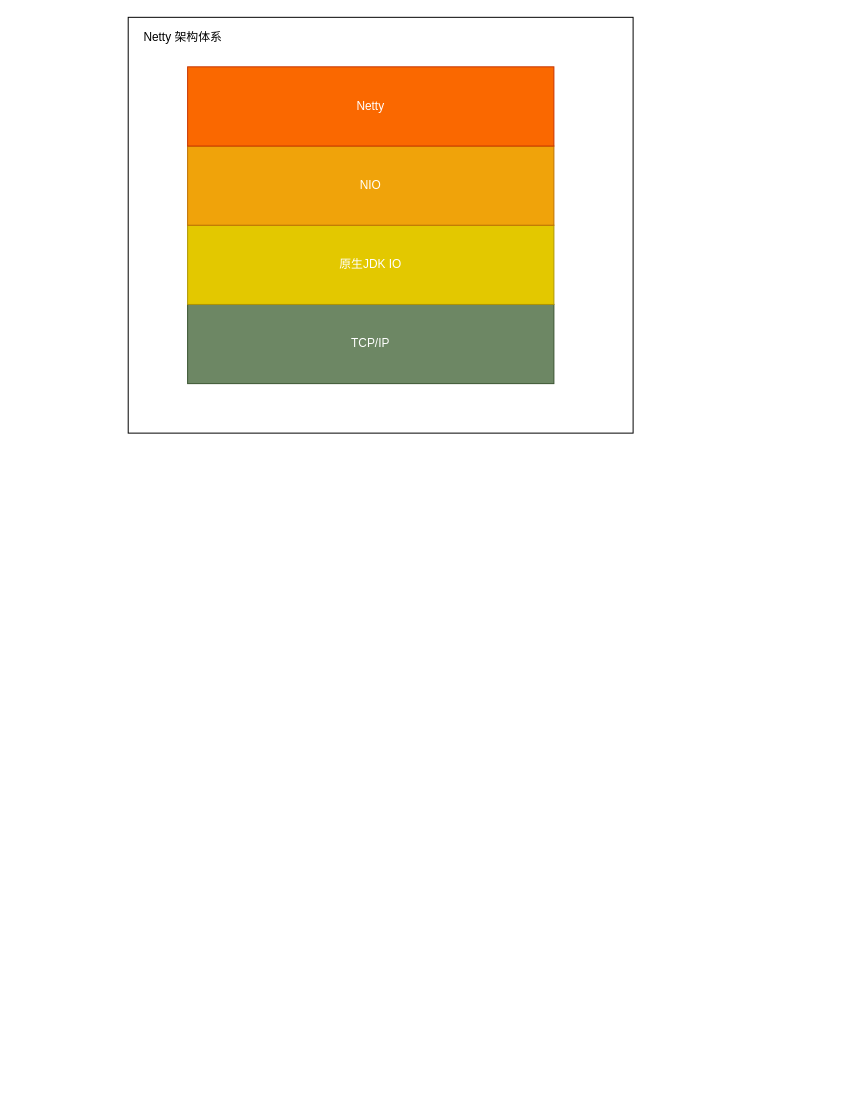
FifteenLab/test keeps this draw.io diagram as page "Netty" (3 of 4) of netty-stu.drawio. Above is the earlier version. Source tidied: cells renumbered, new cells numbered last; positions are measured from the earlier drawing's top-left corner, leaving out a move shared by most shapes. Both pictures are drawn from the tidied source at 99%, with x=0, y=0 at pixel (128, 17).
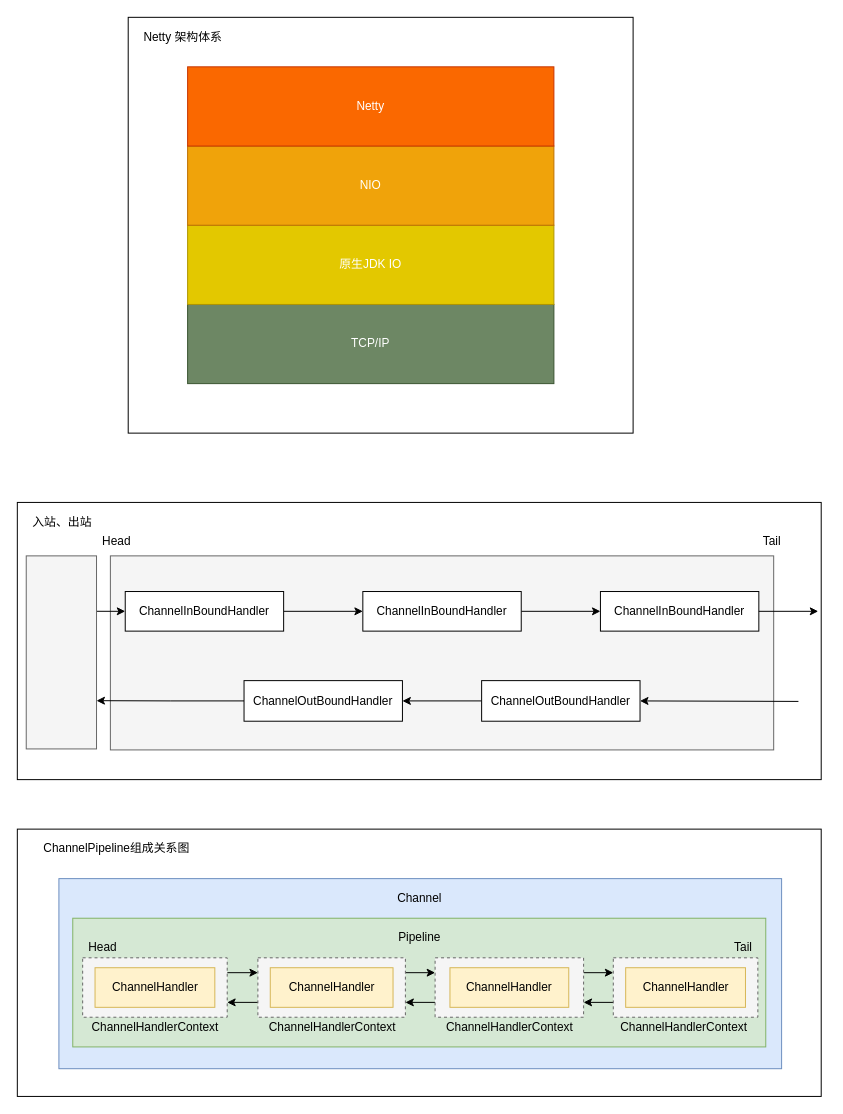
Above is the later version.

What changed in the source:
```diff
@@
+    <mxCell id="8" style="rounded=0;whiteSpace=wrap;html=1;" parent="1" vertex="1">
+      <mxGeometry x="-112" y="820" width="812" height="270" as="geometry" />
+    </mxCell>
+    <mxCell id="9" style="rounded=0;whiteSpace=wrap;html=1;fillColor=#dae8fc;strokeColor=#6c8ebf;" parent="1" vertex="1">
+      <mxGeometry x="-70" y="870" width="730" height="192" as="geometry" />
+    </mxCell>
+    <mxCell id="10" style="rounded=0;whiteSpace=wrap;html=1;" parent="1" vertex="1">
+      <mxGeometry x="-112" y="490" width="812" height="280" as="geometry" />
+    </mxCell>
+    <mxCell id="11" style="rounded=0;whiteSpace=wrap;html=1;fillColor=#f5f5f5;strokeColor=#666666;fontColor=#333333;" parent="1" vertex="1">
+      <mxGeometry x="-18" y="544" width="670" height="196" as="geometry" />
+    </mxCell>
@@
+    <mxCell id="12" style="edgeStyle=orthogonalEdgeStyle;rounded=0;jettySize=auto;html=1;" parent="1" edge="1" source="13" target="15">
+      <mxGeometry relative="1" as="geometry" />
+    </mxCell>
+    <mxCell id="13" value="ChannelInBoundHandler" style="rounded=0;whiteSpace=wrap;html=1;" parent="1" vertex="1">
+      <mxGeometry x="-3" y="580" width="160" height="40" as="geometry" />
+    </mxCell>
+    <mxCell id="14" style="edgeStyle=orthogonalEdgeStyle;rounded=0;jettySize=auto;html=1;" parent="1" edge="1" source="15" target="16">
+      <mxGeometry relative="1" as="geometry" />
+    </mxCell>
+    <mxCell id="15" value="ChannelInBoundHandler" style="rounded=0;whiteSpace=wrap;html=1;" parent="1" vertex="1">
+      <mxGeometry x="237" y="580" width="160" height="40" as="geometry" />
+    </mxCell>
+    <mxCell id="16" value="ChannelInBoundHandler" style="rounded=0;whiteSpace=wrap;html=1;" parent="1" vertex="1">
+      <mxGeometry x="477" y="580" width="160" height="40" as="geometry" />
+    </mxCell>
+    <mxCell id="17" style="edgeStyle=orthogonalEdgeStyle;rounded=0;jettySize=auto;html=1;" parent="1" edge="1" source="18" target="20">
+      <mxGeometry relative="1" as="geometry" />
+    </mxCell>
+    <mxCell id="18" value="ChannelOutBoundHandler" style="rounded=0;whiteSpace=wrap;html=1;" parent="1" vertex="1">
+      <mxGeometry x="357" y="670" width="160" height="41" as="geometry" />
+    </mxCell>
+    <mxCell id="19" style="edgeStyle=orthogonalEdgeStyle;rounded=0;jettySize=auto;html=1;entryX=1;entryY=0.75;entryDx=0;entryDy=0;exitX=0;exitY=0.5;exitDx=0;exitDy=0;" parent="1" edge="1" source="20" target="22">
+      <mxGeometry relative="1" as="geometry">
+        <Array as="points">
+          <mxPoint x="43" y="690" />
+          <mxPoint x="43" y="690" />
+        </Array>
+      </mxGeometry>
+    </mxCell>
+    <mxCell id="20" value="ChannelOutBoundHandler" style="rounded=0;whiteSpace=wrap;html=1;" parent="1" vertex="1">
+      <mxGeometry x="117" y="670" width="160" height="41" as="geometry" />
+    </mxCell>
+    <mxCell id="21" style="edgeStyle=orthogonalEdgeStyle;rounded=0;jettySize=auto;html=1;entryX=0;entryY=0.5;entryDx=0;entryDy=0;exitX=0.986;exitY=0.287;exitDx=0;exitDy=0;exitPerimeter=0;" parent="1" edge="1" source="22" target="13">
+      <mxGeometry relative="1" as="geometry" />
+    </mxCell>
+    <mxCell id="22" style="rounded=0;whiteSpace=wrap;html=1;fillColor=#f5f5f5;strokeColor=#666666;fontColor=#333333;" parent="1" vertex="1">
+      <mxGeometry x="-103" y="544" width="71" height="195" as="geometry" />
+    </mxCell>
+    <mxCell id="23" style="endArrow=classic;html=1;entryX=1;entryY=0.5;entryDx=0;entryDy=0;" parent="1" edge="1" target="18">
+      <mxGeometry relative="1" as="geometry">
+        <mxPoint x="677" y="691" as="sourcePoint" />
+      </mxGeometry>
+    </mxCell>
+    <mxCell id="24" style="endArrow=classic;html=1;" parent="1" edge="1" source="16">
+      <mxGeometry relative="1" as="geometry">
+        <mxPoint x="697" y="600" as="targetPoint" />
+      </mxGeometry>
+    </mxCell>
+    <mxCell id="25" value="Head" style="text;html=1;align=center;verticalAlign=middle;" parent="1" vertex="1">
+      <mxGeometry x="-32" y="520" width="40" height="20" as="geometry" />
+    </mxCell>
+    <mxCell id="26" value="Tail" style="text;html=1;align=center;verticalAlign=middle;" parent="1" vertex="1">
+      <mxGeometry x="635" y="520" width="30" height="20" as="geometry" />
+    </mxCell>
+    <mxCell id="27" value="入站、出站" style="text;html=1;align=center;verticalAlign=middle;" parent="1" vertex="1">
+      <mxGeometry x="-107.5" y="500" width="80" height="20" as="geometry" />
+    </mxCell>
+    <mxCell id="28" style="rounded=0;whiteSpace=wrap;html=1;fillColor=#d5e8d4;strokeColor=#82b366;" parent="1" vertex="1">
+      <mxGeometry x="-56" y="910" width="700" height="130" as="geometry" />
+    </mxCell>
+    <mxCell id="29" style="edgeStyle=orthogonalEdgeStyle;rounded=0;jettySize=auto;html=1;exitX=1;exitY=0.25;exitDx=0;exitDy=0;entryX=0;entryY=0.25;entryDx=0;entryDy=0;" parent="1" edge="1" source="30" target="34">
+      <mxGeometry relative="1" as="geometry" />
+    </mxCell>
+    <mxCell id="30" style="rounded=0;whiteSpace=wrap;html=1;dashed=1;fillColor=#f5f5f5;strokeColor=#666666;fontColor=#333333;" parent="1" vertex="1">
+      <mxGeometry x="-46" y="950" width="146" height="60" as="geometry" />
+    </mxCell>
+    <mxCell id="31" value="ChannelHandler" style="rounded=0;whiteSpace=wrap;html=1;fillColor=#fff2cc;strokeColor=#d6b656;" parent="1" vertex="1">
+      <mxGeometry x="-33.5" y="960" width="121" height="40" as="geometry" />
+    </mxCell>
+    <mxCell id="32" style="edgeStyle=orthogonalEdgeStyle;rounded=0;jettySize=auto;html=1;entryX=0;entryY=0.25;entryDx=0;entryDy=0;exitX=1;exitY=0.25;exitDx=0;exitDy=0;" parent="1" edge="1" source="34" target="38">
+      <mxGeometry relative="1" as="geometry" />
+    </mxCell>
+    <mxCell id="33" style="edgeStyle=orthogonalEdgeStyle;rounded=0;jettySize=auto;html=1;entryX=1;entryY=0.75;entryDx=0;entryDy=0;exitX=0;exitY=0.75;exitDx=0;exitDy=0;" parent="1" edge="1" source="34" target="30">
+      <mxGeometry relative="1" as="geometry" />
+    </mxCell>
+    <mxCell id="34" style="rounded=0;whiteSpace=wrap;html=1;dashed=1;fillColor=#f5f5f5;strokeColor=#666666;fontColor=#333333;" parent="1" vertex="1">
+      <mxGeometry x="131" y="950" width="149" height="60" as="geometry" />
+    </mxCell>
+    <mxCell id="35" value="&lt;span style=&quot;white-space: normal&quot;&gt;ChannelHandler&lt;/span&gt;" style="rounded=0;whiteSpace=wrap;html=1;fillColor=#fff2cc;strokeColor=#d6b656;" parent="1" vertex="1">
+      <mxGeometry x="143.5" y="960" width="124" height="40" as="geometry" />
+    </mxCell>
+    <mxCell id="36" style="edgeStyle=orthogonalEdgeStyle;rounded=0;jettySize=auto;html=1;exitX=1;exitY=0.25;exitDx=0;exitDy=0;entryX=0;entryY=0.25;entryDx=0;entryDy=0;" parent="1" edge="1" source="38" target="41">
+      <mxGeometry relative="1" as="geometry" />
+    </mxCell>
+    <mxCell id="37" style="edgeStyle=orthogonalEdgeStyle;rounded=0;jettySize=auto;html=1;entryX=1;entryY=0.75;entryDx=0;entryDy=0;exitX=0;exitY=0.75;exitDx=0;exitDy=0;" parent="1" edge="1" source="38" target="34">
+      <mxGeometry relative="1" as="geometry" />
+    </mxCell>
+    <mxCell id="38" style="rounded=0;whiteSpace=wrap;html=1;dashed=1;fillColor=#f5f5f5;strokeColor=#666666;fontColor=#333333;" parent="1" vertex="1">
+      <mxGeometry x="310" y="950" width="150" height="60" as="geometry" />
+    </mxCell>
+    <mxCell id="39" value="&lt;span style=&quot;white-space: normal&quot;&gt;ChannelHandler&lt;/span&gt;" style="rounded=0;whiteSpace=wrap;html=1;fillColor=#fff2cc;strokeColor=#d6b656;" parent="1" vertex="1">
+      <mxGeometry x="325" y="960" width="120" height="40" as="geometry" />
+    </mxCell>
+    <mxCell id="40" style="edgeStyle=orthogonalEdgeStyle;rounded=0;jettySize=auto;html=1;entryX=1;entryY=0.75;entryDx=0;entryDy=0;exitX=0;exitY=0.75;exitDx=0;exitDy=0;" parent="1" edge="1" source="41" target="38">
+      <mxGeometry relative="1" as="geometry" />
+    </mxCell>
+    <mxCell id="41" style="rounded=0;whiteSpace=wrap;html=1;dashed=1;fillColor=#f5f5f5;strokeColor=#666666;fontColor=#333333;" parent="1" vertex="1">
+      <mxGeometry x="490" y="950" width="146" height="60" as="geometry" />
+    </mxCell>
+    <mxCell id="42" value="&lt;span style=&quot;white-space: normal&quot;&gt;ChannelHandler&lt;/span&gt;" style="rounded=0;whiteSpace=wrap;html=1;fillColor=#fff2cc;strokeColor=#d6b656;" parent="1" vertex="1">
+      <mxGeometry x="502.5" y="960" width="121" height="40" as="geometry" />
+    </mxCell>
+    <mxCell id="43" value="Channel" style="text;html=1;align=center;verticalAlign=middle;" parent="1" vertex="1">
+      <mxGeometry x="264" y="880" width="60" height="20" as="geometry" />
+    </mxCell>
+    <mxCell id="44" value="Pipeline" style="text;html=1;align=center;verticalAlign=middle;" parent="1" vertex="1">
+      <mxGeometry x="264" y="920" width="60" height="20" as="geometry" />
+    </mxCell>
+    <mxCell id="45" value="ChannelHandlerContext" style="text;html=1;align=center;verticalAlign=middle;" parent="1" vertex="1">
+      <mxGeometry x="-43" y="1010" width="140" height="20" as="geometry" />
+    </mxCell>
+    <mxCell id="46" value="ChannelHandlerContext" style="text;html=1;align=center;verticalAlign=middle;" parent="1" vertex="1">
+      <mxGeometry x="135.5" y="1010" width="140" height="20" as="geometry" />
+    </mxCell>
+    <mxCell id="47" value="ChannelHandlerContext" style="text;html=1;align=center;verticalAlign=middle;" parent="1" vertex="1">
+      <mxGeometry x="315" y="1010" width="140" height="20" as="geometry" />
+    </mxCell>
+    <mxCell id="48" value="ChannelHandlerContext" style="text;html=1;align=center;verticalAlign=middle;" parent="1" vertex="1">
+      <mxGeometry x="491" y="1010" width="140" height="20" as="geometry" />
+    </mxCell>
+    <mxCell id="49" value="Head" style="text;html=1;align=center;verticalAlign=middle;" parent="1" vertex="1">
+      <mxGeometry x="-46" y="930" width="40" height="20" as="geometry" />
+    </mxCell>
+    <mxCell id="50" value="Tail" style="text;html=1;align=center;verticalAlign=middle;" parent="1" vertex="1">
+      <mxGeometry x="606" y="930" width="30" height="20" as="geometry" />
+    </mxCell>
+    <mxCell id="51" value="ChannelPipeline组成关系图" style="text;html=1;align=center;verticalAlign=middle;" parent="1" vertex="1">
+      <mxGeometry x="-92" y="830" width="160" height="20" as="geometry" />
+    </mxCell>
```
